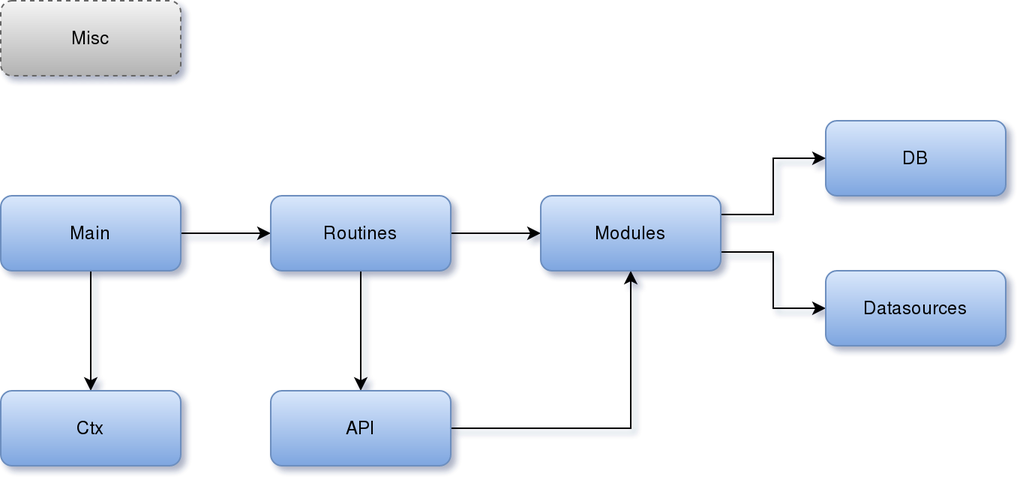
This is docs/images/nxs-go-appctx.png from nixys/nxs-go-appctx, a draw.io export, as it was before one commit. Source tidied: cells renumbered, new cells last; positions are measured from the earlier drawing's top-left corner, leaving out a move shared by most shapes.
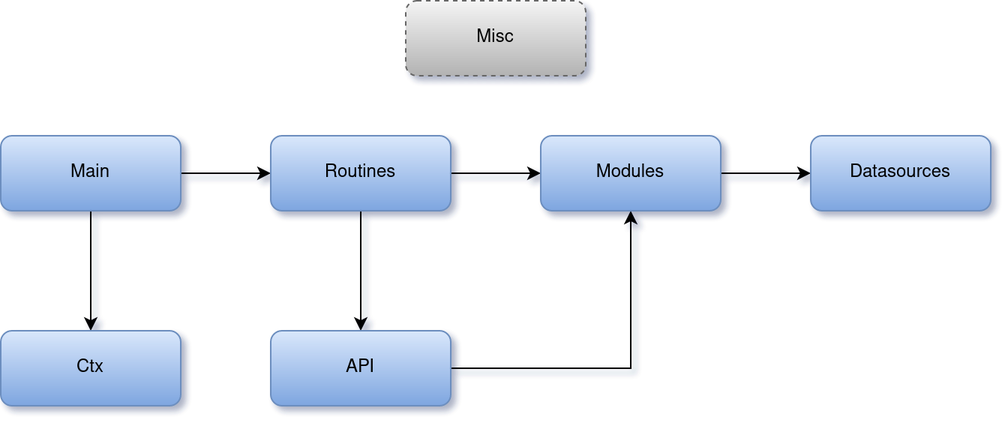
Later version of the same file.

Commit message:
Improved AppCtx model

Diff of the diagram source:
```diff
@@ -2,7 +2,7 @@
   <root>
     <mxCell id="0" />
     <mxCell id="1" parent="0" />
-    <mxCell id="2" style="edgeStyle=orthogonalEdgeStyle;rounded=0;jettySize=auto;html=1;exitX=0.5;exitY=1;exitDx=0;exitDy=0;entryX=0.5;entryY=0;entryDx=0;entryDy=0;" parent="1" edge="1" source="4" target="12">
+    <mxCell id="2" style="edgeStyle=orthogonalEdgeStyle;rounded=0;jettySize=auto;html=1;exitX=0.5;exitY=1;exitDx=0;exitDy=0;entryX=0.5;entryY=0;entryDx=0;entryDy=0;" parent="1" edge="1" source="4" target="11">
       <mxGeometry relative="1" as="geometry" />
     </mxCell>
     <mxCell id="3" style="edgeStyle=orthogonalEdgeStyle;rounded=0;jettySize=auto;html=1;exitX=1;exitY=0.5;exitDx=0;exitDy=0;entryX=0;entryY=0.5;entryDx=0;entryDy=0;" parent="1" edge="1" source="4" target="7">
@@ -11,41 +11,35 @@
     <mxCell id="4" value="Main" style="rounded=1;whiteSpace=wrap;html=1;gradientColor=#7ea6e0;fillColor=#dae8fc;strokeColor=#6c8ebf;" parent="1" vertex="1">
       <mxGeometry y="130" width="120" height="50" as="geometry" />
     </mxCell>
-    <mxCell id="5" style="edgeStyle=orthogonalEdgeStyle;rounded=0;jettySize=auto;html=1;exitX=1;exitY=0.5;exitDx=0;exitDy=0;entryX=0;entryY=0.5;entryDx=0;entryDy=0;" parent="1" edge="1" source="7" target="15">
+    <mxCell id="5" style="edgeStyle=orthogonalEdgeStyle;rounded=0;jettySize=auto;html=1;exitX=1;exitY=0.5;exitDx=0;exitDy=0;entryX=0;entryY=0.5;entryDx=0;entryDy=0;" parent="1" edge="1" source="7" target="13">
       <mxGeometry relative="1" as="geometry" />
     </mxCell>
-    <mxCell id="6" style="edgeStyle=orthogonalEdgeStyle;rounded=0;jettySize=auto;html=1;exitX=0.5;exitY=1;exitDx=0;exitDy=0;entryX=0.5;entryY=0;entryDx=0;entryDy=0;" parent="1" edge="1" source="7" target="11">
+    <mxCell id="6" style="edgeStyle=orthogonalEdgeStyle;rounded=0;jettySize=auto;html=1;exitX=0.5;exitY=1;exitDx=0;exitDy=0;entryX=0.5;entryY=0;entryDx=0;entryDy=0;" parent="1" edge="1" source="7" target="10">
       <mxGeometry relative="1" as="geometry" />
     </mxCell>
     <mxCell id="7" value="Routines" style="rounded=1;whiteSpace=wrap;html=1;gradientColor=#7ea6e0;fillColor=#dae8fc;strokeColor=#6c8ebf;" parent="1" vertex="1">
       <mxGeometry x="180" y="130" width="120" height="50" as="geometry" />
     </mxCell>
     <mxCell id="8" value="Misc" style="rounded=1;whiteSpace=wrap;html=1;gradientColor=#b3b3b3;fillColor=#f5f5f5;strokeColor=#666666;dashed=1;" parent="1" vertex="1">
-      <mxGeometry width="120" height="50" as="geometry" />
+      <mxGeometry x="270" y="40" width="120" height="50" as="geometry" />
     </mxCell>
-    <mxCell id="9" value="DB" style="rounded=1;whiteSpace=wrap;html=1;gradientColor=#7ea6e0;fillColor=#dae8fc;strokeColor=#6c8ebf;" parent="1" vertex="1">
-      <mxGeometry x="550" y="80" width="120" height="50" as="geometry" />
+    <mxCell id="9" style="edgeStyle=orthogonalEdgeStyle;rounded=0;jettySize=auto;html=1;exitX=1;exitY=0.5;exitDx=0;exitDy=0;entryX=0.5;entryY=1;entryDx=0;entryDy=0;" parent="1" edge="1" source="10" target="13">
+      <mxGeometry relative="1" as="geometry" />
     </mxCell>
-    <mxCell id="10" style="edgeStyle=orthogonalEdgeStyle;rounded=0;jettySize=auto;html=1;exitX=1;exitY=0.5;exitDx=0;exitDy=0;entryX=0.5;entryY=1;entryDx=0;entryDy=0;" parent="1" edge="1" source="11" target="15">
-      <mxGeometry relative="1" as="geometry" />
+    <mxCell id="10" value="API" style="rounded=1;whiteSpace=wrap;html=1;gradientColor=#7ea6e0;fillColor=#dae8fc;strokeColor=#6c8ebf;" parent="1" vertex="1">
+      <mxGeometry x="180" y="260" width="120" height="50" as="geometry" />
     </mxCell>
-    <mxCell id="11" value="API" style="rounded=1;whiteSpace=wrap;html=1;gradientColor=#7ea6e0;fillColor=#dae8fc;strokeColor=#6c8ebf;" parent="1" vertex="1">
-      <mxGeometry x="180" y="260" width="120" height="50" as="geometry" />
+    <mxCell id="11" value="Ctx" style="rounded=1;whiteSpace=wrap;html=1;gradientColor=#7ea6e0;fillColor=#dae8fc;strokeColor=#6c8ebf;" parent="1" vertex="1">
+      <mxGeometry y="260" width="120" height="50" as="geometry" />
     </mxCell>
-    <mxCell id="12" value="Ctx" style="rounded=1;whiteSpace=wrap;html=1;gradientColor=#7ea6e0;fillColor=#dae8fc;strokeColor=#6c8ebf;" parent="1" vertex="1">
-      <mxGeometry y="260" width="120" height="50" as="geometry" />
+    <mxCell id="12" style="edgeStyle=orthogonalEdgeStyle;rounded=0;jettySize=auto;html=1;exitX=1;exitY=0.5;exitDx=0;exitDy=0;entryX=0;entryY=0.5;entryDx=0;entryDy=0;" parent="1" edge="1" source="13" target="14">
+      <mxGeometry relative="1" as="geometry" />
     </mxCell>
-    <mxCell id="13" style="edgeStyle=orthogonalEdgeStyle;rounded=0;jettySize=auto;html=1;exitX=1;exitY=0.25;exitDx=0;exitDy=0;entryX=0;entryY=0.5;entryDx=0;entryDy=0;" parent="1" edge="1" source="15" target="9">
-      <mxGeometry relative="1" as="geometry" />
+    <mxCell id="13" value="Modules" style="rounded=1;whiteSpace=wrap;html=1;gradientColor=#7ea6e0;fillColor=#dae8fc;strokeColor=#6c8ebf;" parent="1" vertex="1">
+      <mxGeometry x="360" y="130" width="120" height="50" as="geometry" />
     </mxCell>
-    <mxCell id="14" style="edgeStyle=orthogonalEdgeStyle;rounded=0;jettySize=auto;html=1;exitX=1;exitY=0.75;exitDx=0;exitDy=0;entryX=0;entryY=0.5;entryDx=0;entryDy=0;" parent="1" edge="1" source="15" target="16">
-      <mxGeometry relative="1" as="geometry" />
+    <mxCell id="14" value="Datasources" style="rounded=1;whiteSpace=wrap;html=1;gradientColor=#7ea6e0;fillColor=#dae8fc;strokeColor=#6c8ebf;" parent="1" vertex="1">
+      <mxGeometry x="540" y="130" width="120" height="50" as="geometry" />
     </mxCell>
-    <mxCell id="15" value="Modules" style="rounded=1;whiteSpace=wrap;html=1;gradientColor=#7ea6e0;fillColor=#dae8fc;strokeColor=#6c8ebf;" parent="1" vertex="1">
-      <mxGeometry x="360" y="130" width="120" height="50" as="geometry" />
-    </mxCell>
-    <mxCell id="16" value="Datasources" style="rounded=1;whiteSpace=wrap;html=1;gradientColor=#7ea6e0;fillColor=#dae8fc;strokeColor=#6c8ebf;" parent="1" vertex="1">
-      <mxGeometry x="550" y="180" width="120" height="50" as="geometry" />
-    </mxCell>
   </root>
 </mxGraphModel>
```
